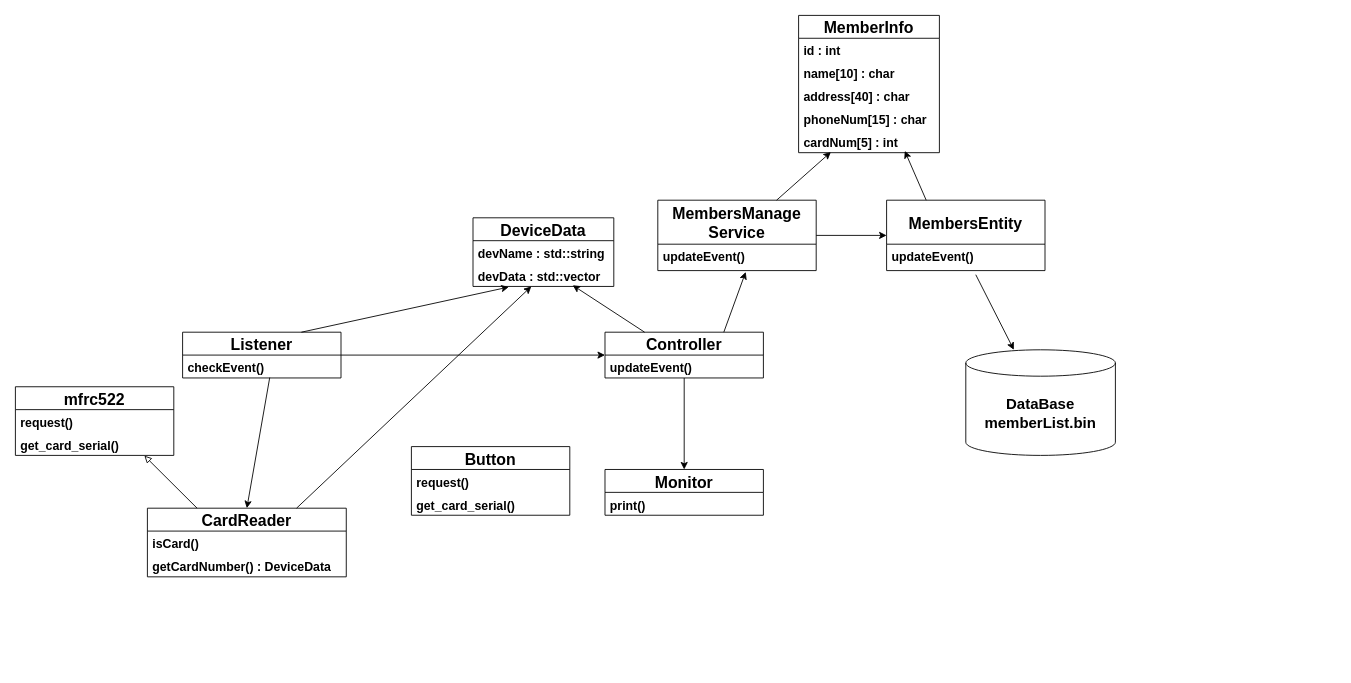
Earlier version of the draw.io diagram sw_design/golfMembersManager_Design.drawio (muk-e/GolfMembershipManger). Source tidied: cells renumbered, new cells numbered last; positions are measured from the earlier drawing's top-left corner, leaving out a move shared by most shapes. Both pictures are drawn from the tidied source at 88%, with x=0, y=0 at pixel (15, 15).
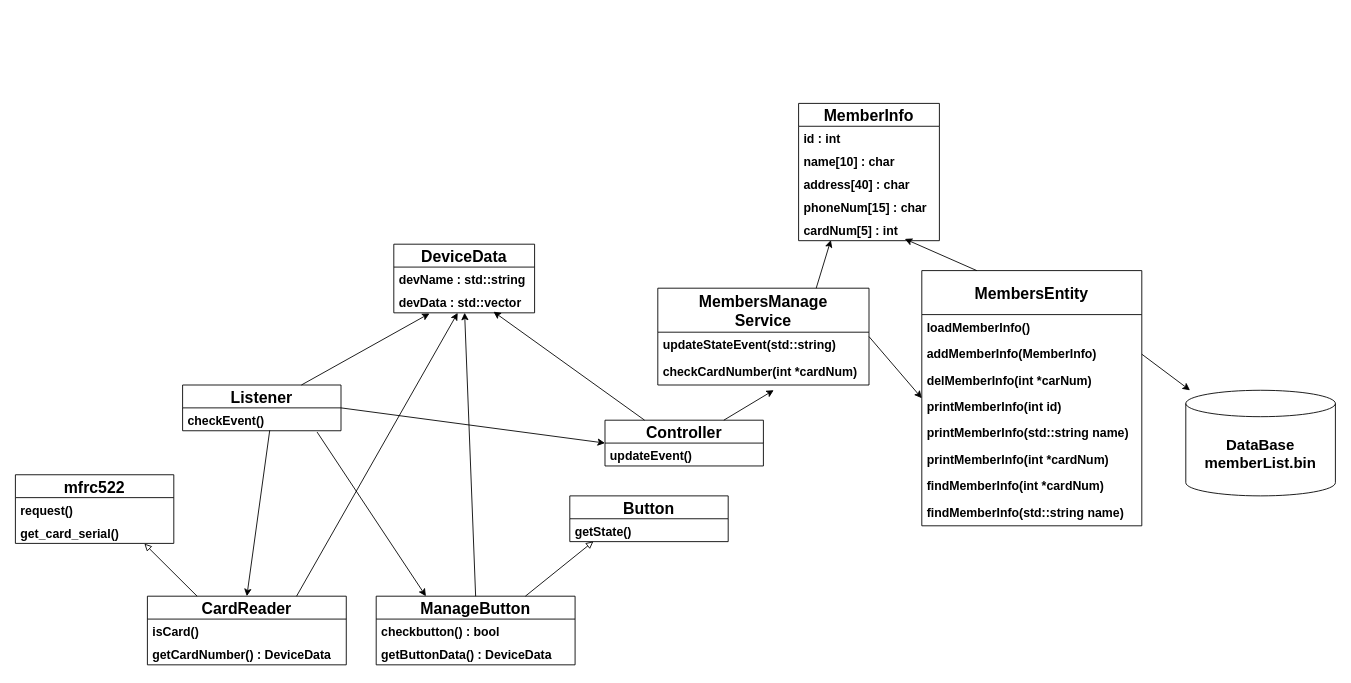
The same diagram, later.

The change refers to these unchanged cells:
```xml
<mxCell id="5" value="checkEvent()" style="text;strokeColor=none;fillColor=none;align=left;verticalAlign=top;spacingLeft=4;spacingRight=4;overflow=hidden;points=[[0,0.5],[1,0.5]];portConstraint=eastwest;fontSize=14;fontStyle=1;" parent="4" vertex="1">
  <mxGeometry y="26" width="180" height="26" as="geometry" />
</mxCell>
<mxCell id="18" value="devData : std::vector" style="text;strokeColor=none;fillColor=none;align=left;verticalAlign=top;spacingLeft=4;spacingRight=4;overflow=hidden;points=[[0,0.5],[1,0.5]];portConstraint=eastwest;fontSize=14;fontStyle=1;" parent="16" vertex="1">
  <mxGeometry y="52" width="160" height="26" as="geometry" />
</mxCell>
```

What changed in the source:
```diff
@@
     <mxCell id="4" value="Listener" style="swimlane;fontStyle=1;horizontal=1;startSize=26;fillColor=none;fontSize=18;" parent="1" vertex="1">
-      <mxGeometry x="190" y="360" width="180" height="52" as="geometry" />
+      <mxGeometry x="190" y="420" width="180" height="52" as="geometry" />
     </mxCell>
@@
     <mxCell id="6" value="mfrc522" style="swimlane;fontStyle=1;horizontal=1;startSize=26;fillColor=none;fontSize=18;" parent="1" vertex="1">
-      <mxGeometry y="422" width="180" height="78" as="geometry" />
+      <mxGeometry y="522" width="180" height="78" as="geometry" />
     </mxCell>
@@
-    <mxCell id="9" value="Monitor" style="swimlane;fontStyle=1;horizontal=1;startSize=26;fillColor=none;fontSize=18;" parent="1" vertex="1">
-      <mxGeometry x="670" y="516" width="180" height="52" as="geometry" />
-    </mxCell>
-    <mxCell id="10" value="print()" style="text;strokeColor=none;fillColor=none;align=left;verticalAlign=top;spacingLeft=4;spacingRight=4;overflow=hidden;fontSize=14;fontStyle=1;" parent="9" vertex="1">
-      <mxGeometry y="26" width="180" height="26" as="geometry" />
-    </mxCell>
-    <mxCell id="11" style="edgeStyle=none;html=1;entryX=0.5;entryY=0;entryDx=0;entryDy=0;" parent="1" edge="1" source="14" target="9">
-      <mxGeometry relative="1" as="geometry" />
-    </mxCell>
@@
-    <mxCell id="13" style="edgeStyle=none;html=1;exitX=0.75;exitY=0;exitDx=0;exitDy=0;entryX=0.555;entryY=1.052;entryDx=0;entryDy=0;entryPerimeter=0;fontSize=17;startArrow=none;startFill=0;endArrow=classic;endFill=1;" parent="1" edge="1" source="14" target="35">
+    <mxCell id="13" style="edgeStyle=none;html=1;exitX=0.75;exitY=0;exitDx=0;exitDy=0;entryX=0.549;entryY=1.196;entryDx=0;entryDy=0;entryPerimeter=0;fontSize=17;startArrow=none;startFill=0;endArrow=classic;endFill=1;" parent="1" edge="1" source="14" target="43">
       <mxGeometry relative="1" as="geometry" />
     </mxCell>
     <mxCell id="14" value="Controller" style="swimlane;fontStyle=1;horizontal=1;startSize=26;fillColor=none;fontSize=18;" parent="1" vertex="1">
-      <mxGeometry x="670" y="360" width="180" height="52" as="geometry" />
+      <mxGeometry x="670" y="460" width="180" height="52" as="geometry" />
     </mxCell>
@@
     <mxCell id="16" value="DeviceData" style="swimlane;fontStyle=1;horizontal=1;startSize=26;fillColor=none;fontSize=18;" parent="1" vertex="1">
-      <mxGeometry x="520" y="230" width="160" height="78" as="geometry" />
+      <mxGeometry x="430" y="260" width="160" height="78" as="geometry" />
     </mxCell>
@@
     <mxCell id="22" value="CardReader" style="swimlane;fontStyle=1;horizontal=1;startSize=26;fillColor=none;fontSize=18;" parent="1" vertex="1">
-      <mxGeometry x="150" y="560" width="226" height="78" as="geometry" />
+      <mxGeometry x="150" y="660" width="226" height="78" as="geometry" />
     </mxCell>
@@
     <mxCell id="25" value="DataBase&lt;br&gt;memberList.bin" style="shape=cylinder3;whiteSpace=wrap;html=1;boundedLbl=1;backgroundOutline=1;size=15;fontSize=17;fontStyle=1;" parent="1" vertex="1">
-      <mxGeometry x="1080" y="380" width="170" height="120" as="geometry" />
+      <mxGeometry x="1330" y="426" width="170" height="120" as="geometry" />
     </mxCell>
     <mxCell id="26" value="MemberInfo" style="swimlane;fontStyle=1;horizontal=1;startSize=26;fillColor=none;fontSize=18;" parent="1" vertex="1">
-      <mxGeometry x="890" width="160" height="156" as="geometry" />
+      <mxGeometry x="890" y="100" width="160" height="156" as="geometry" />
     </mxCell>
@@
     <mxCell id="34" value="MembersManage&#10;Service" style="swimlane;fontStyle=1;horizontal=1;startSize=50;fillColor=none;fontSize=18;" parent="1" vertex="1">
-      <mxGeometry x="730" y="210" width="180" height="80" as="geometry" />
+      <mxGeometry x="730" y="310" width="240" height="110" as="geometry" />
     </mxCell>
-    <mxCell id="35" value="updateEvent()" style="text;strokeColor=none;fillColor=none;align=left;verticalAlign=top;spacingLeft=4;spacingRight=4;overflow=hidden;points=[[0,0.5],[1,0.5]];portConstraint=eastwest;fontSize=14;fontStyle=1;" parent="34" vertex="1">
-      <mxGeometry y="50" width="180" height="30" as="geometry" />
+    <mxCell id="35" value="updateStateEvent(std::string)" style="text;strokeColor=none;fillColor=none;align=left;verticalAlign=top;spacingLeft=4;spacingRight=4;overflow=hidden;points=[[0,0.5],[1,0.5]];portConstraint=eastwest;fontSize=14;fontStyle=1;" parent="34" vertex="1">
+      <mxGeometry y="50" width="240" height="30" as="geometry" />
     </mxCell>
+    <mxCell id="43" value="checkCardNumber(int *cardNum)" style="text;strokeColor=none;fillColor=none;align=left;verticalAlign=top;spacingLeft=4;spacingRight=4;overflow=hidden;points=[[0,0.5],[1,0.5]];portConstraint=eastwest;fontSize=14;fontStyle=1;" parent="34" vertex="1">
+      <mxGeometry y="80" width="240" height="30" as="geometry" />
+    </mxCell>
@@
     <mxCell id="37" value="MembersEntity" style="swimlane;fontStyle=1;horizontal=1;startSize=50;fillColor=none;fontSize=18;" parent="1" vertex="1">
-      <mxGeometry x="990" y="210" width="180" height="80" as="geometry" />
+      <mxGeometry x="1030" y="290" width="250" height="290" as="geometry" />
     </mxCell>
+    <mxCell id="44" value="loadMemberInfo()" style="text;strokeColor=none;fillColor=none;align=left;verticalAlign=top;spacingLeft=4;spacingRight=4;overflow=hidden;fontSize=14;fontStyle=1;" parent="37" vertex="1">
+      <mxGeometry y="50" width="250" height="30" as="geometry" />
+    </mxCell>
-    <mxCell id="38" value="updateEvent()" style="text;strokeColor=none;fillColor=none;align=left;verticalAlign=top;spacingLeft=4;spacingRight=4;overflow=hidden;points=[[0,0.5],[1,0.5]];portConstraint=eastwest;fontSize=14;fontStyle=1;" parent="37" vertex="1">
-      <mxGeometry y="50" width="180" height="30" as="geometry" />
+    <mxCell id="38" value="addMemberInfo(MemberInfo)" style="text;strokeColor=none;fillColor=none;align=left;verticalAlign=top;spacingLeft=4;spacingRight=4;overflow=hidden;points=[[0,0.5],[1,0.5]];portConstraint=eastwest;fontSize=14;fontStyle=1;" parent="37" vertex="1">
+      <mxGeometry y="80" width="250" height="30" as="geometry" />
     </mxCell>
+    <mxCell id="45" value="delMemberInfo(int *carNum)" style="text;strokeColor=none;fillColor=none;align=left;verticalAlign=top;spacingLeft=4;spacingRight=4;overflow=hidden;fontSize=14;fontStyle=1;" parent="37" vertex="1">
+      <mxGeometry y="110" width="250" height="30" as="geometry" />
+    </mxCell>
+    <mxCell id="46" value="printMemberInfo(int id)" style="text;strokeColor=none;fillColor=none;align=left;verticalAlign=top;spacingLeft=4;spacingRight=4;overflow=hidden;fontSize=14;fontStyle=1;" parent="37" vertex="1">
+      <mxGeometry y="140" width="250" height="30" as="geometry" />
+    </mxCell>
+    <mxCell id="47" value="printMemberInfo(std::string name)" style="text;strokeColor=none;fillColor=none;align=left;verticalAlign=top;spacingLeft=4;spacingRight=4;overflow=hidden;fontSize=14;fontStyle=1;" parent="37" vertex="1">
+      <mxGeometry y="170" width="250" height="30" as="geometry" />
+    </mxCell>
+    <mxCell id="48" value="printMemberInfo(int *cardNum)" style="text;strokeColor=none;fillColor=none;align=left;verticalAlign=top;spacingLeft=4;spacingRight=4;overflow=hidden;fontSize=14;fontStyle=1;" parent="37" vertex="1">
+      <mxGeometry y="200" width="250" height="30" as="geometry" />
+    </mxCell>
+    <mxCell id="49" value="findMemberInfo(int *cardNum)" style="text;strokeColor=none;fillColor=none;align=left;verticalAlign=top;spacingLeft=4;spacingRight=4;overflow=hidden;fontSize=14;fontStyle=1;" parent="37" vertex="1">
+      <mxGeometry y="230" width="250" height="30" as="geometry" />
+    </mxCell>
+    <mxCell id="50" value="findMemberInfo(std::string name)" style="text;strokeColor=none;fillColor=none;align=left;verticalAlign=top;spacingLeft=4;spacingRight=4;overflow=hidden;fontSize=14;fontStyle=1;" parent="37" vertex="1">
+      <mxGeometry y="260" width="250" height="30" as="geometry" />
+    </mxCell>
-    <mxCell id="39" style="edgeStyle=none;html=1;exitX=0.563;exitY=1.156;exitDx=0;exitDy=0;fontSize=17;startArrow=none;startFill=0;endArrow=classic;endFill=1;exitPerimeter=0;" parent="1" edge="1" source="38" target="25">
+    <mxCell id="39" style="edgeStyle=none;html=1;fontSize=17;startArrow=none;startFill=0;endArrow=classic;endFill=1;exitX=1;exitY=0.5;exitDx=0;exitDy=0;" parent="1" edge="1" source="38" target="25">
       <mxGeometry relative="1" as="geometry" />
     </mxCell>
     <mxCell id="40" value="Button" style="swimlane;fontStyle=1;horizontal=1;startSize=26;fillColor=none;fontSize=18;" parent="1" vertex="1">
-      <mxGeometry x="450" y="490" width="180" height="78" as="geometry" />
+      <mxGeometry x="630" y="546" width="180" height="52" as="geometry" />
     </mxCell>
-    <mxCell id="41" value="request()" style="text;strokeColor=none;fillColor=none;align=left;verticalAlign=top;spacingLeft=4;spacingRight=4;overflow=hidden;points=[[0,0.5],[1,0.5]];portConstraint=eastwest;fontSize=14;fontStyle=1;" parent="40" vertex="1">
+    <mxCell id="41" value="getState()" style="text;strokeColor=none;fillColor=none;align=left;verticalAlign=top;spacingLeft=4;spacingRight=4;overflow=hidden;points=[[0,0.5],[1,0.5]];portConstraint=eastwest;fontSize=14;fontStyle=1;" parent="40" vertex="1">
       <mxGeometry y="26" width="180" height="26" as="geometry" />
     </mxCell>
-    <mxCell id="42" value="get_card_serial()" style="text;strokeColor=none;fillColor=none;align=left;verticalAlign=top;spacingLeft=4;spacingRight=4;overflow=hidden;fontSize=14;fontStyle=1;" parent="40" vertex="1">
-      <mxGeometry y="52" width="180" height="26" as="geometry" />
-    </mxCell>
+    <mxCell id="51" style="edgeStyle=none;html=1;exitX=0.849;exitY=1.057;exitDx=0;exitDy=0;entryX=0.25;entryY=0;entryDx=0;entryDy=0;exitPerimeter=0;" parent="1" edge="1" source="5" target="53">
+      <mxGeometry relative="1" as="geometry" />
+    </mxCell>
+    <mxCell id="52" style="edgeStyle=none;html=1;exitX=0.5;exitY=0;exitDx=0;exitDy=0;entryX=0.503;entryY=0.996;entryDx=0;entryDy=0;entryPerimeter=0;" parent="1" edge="1" source="53" target="18">
+      <mxGeometry relative="1" as="geometry" />
+    </mxCell>
+    <mxCell id="53" value="ManageButton" style="swimlane;fontStyle=1;horizontal=1;startSize=26;fillColor=none;fontSize=18;" parent="1" vertex="1">
+      <mxGeometry x="410" y="660" width="226" height="78" as="geometry" />
+    </mxCell>
+    <mxCell id="54" value="checkbutton() : bool" style="text;strokeColor=none;fillColor=none;align=left;verticalAlign=top;spacingLeft=4;spacingRight=4;overflow=hidden;fontSize=14;fontStyle=1;" parent="53" vertex="1">
+      <mxGeometry y="26" width="226" height="26" as="geometry" />
+    </mxCell>
+    <mxCell id="55" value="getButtonData() : DeviceData" style="text;strokeColor=none;fillColor=none;align=left;verticalAlign=top;spacingLeft=4;spacingRight=4;overflow=hidden;fontSize=14;fontStyle=1;" parent="53" vertex="1">
+      <mxGeometry y="52" width="226" height="26" as="geometry" />
+    </mxCell>
+    <mxCell id="56" style="edgeStyle=none;html=1;exitX=0.75;exitY=0;exitDx=0;exitDy=0;endArrow=block;endFill=0;entryX=0.149;entryY=0.989;entryDx=0;entryDy=0;entryPerimeter=0;" parent="1" edge="1" source="53" target="41">
+      <mxGeometry relative="1" as="geometry" />
+    </mxCell>
```
